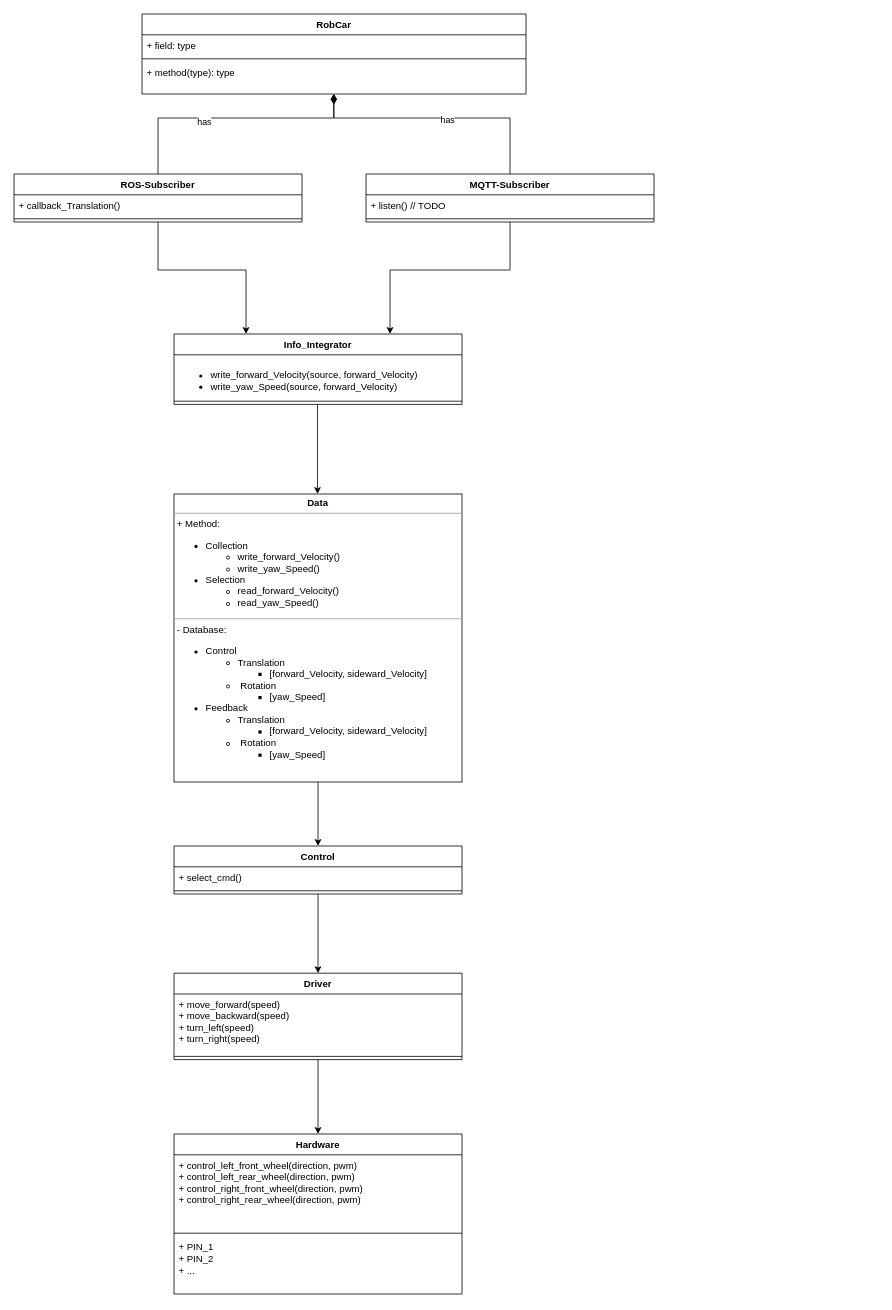
Above: Documentation/Software_Architecture.drawio in ICH-BIN-HXM/RobCar (draw.io), before the change. Source tidied: cells renumbered, new cells numbered last; positions are measured from the earlier drawing's top-left corner, leaving out a move shared by most shapes. Both pictures are drawn from the tidied source at 80%, with x=0, y=0 at pixel (14, 14).
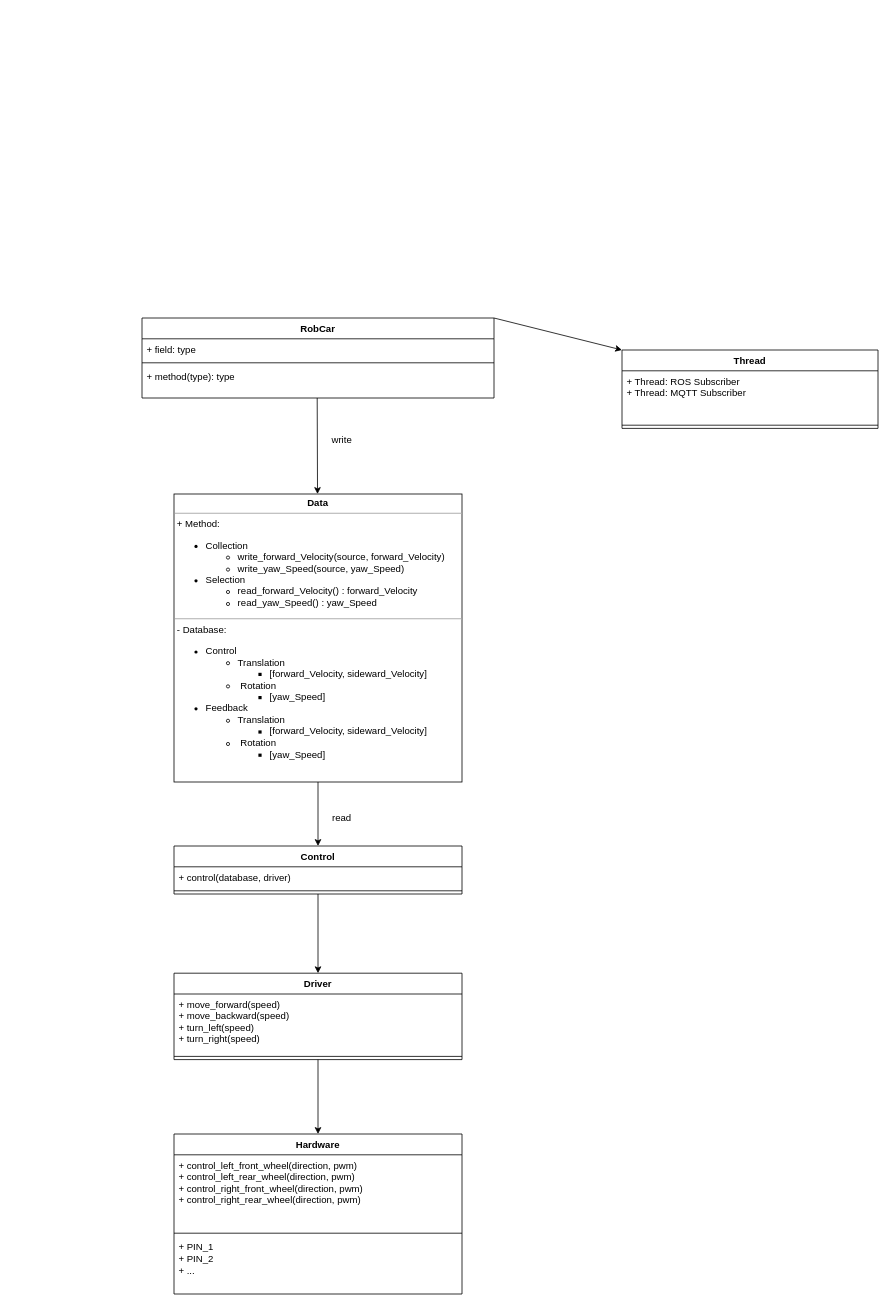
After the change.

Unchanged cells that the change refers to:
```xml
<mxCell id="30" value="Control" style="swimlane;fontStyle=1;align=center;verticalAlign=top;horizontal=1;startSize=26;whiteSpace=wrap;html=1;" parent="1" vertex="1">
  <mxGeometry x="200" y="1040" width="360" height="60" as="geometry" />
</mxCell>
```

Diff of the diagram source:
```diff
@@
-    <mxCell id="2" value="&lt;p style=&quot;margin:0px;margin-top:4px;text-align:center;&quot;&gt;&lt;b&gt;Data&lt;/b&gt;&lt;/p&gt;&lt;hr size=&quot;1&quot;&gt;&lt;p style=&quot;margin:0px;margin-left:4px;&quot;&gt;+ Method:&amp;nbsp;&lt;/p&gt;&lt;p style=&quot;margin:0px;margin-left:4px;&quot;&gt;&lt;/p&gt;&lt;ul&gt;&lt;li&gt;Collection&amp;nbsp;&lt;/li&gt;&lt;ul&gt;&lt;li style=&quot;border-color: var(--border-color);&quot;&gt;write_forward_Velocity()&amp;nbsp;&lt;/li&gt;&lt;li style=&quot;border-color: var(--border-color);&quot;&gt;write_yaw_Speed()&amp;nbsp;&lt;/li&gt;&lt;/ul&gt;&lt;li&gt;Selection&amp;nbsp;&lt;/li&gt;&lt;ul&gt;&lt;li style=&quot;border-color: var(--border-color);&quot;&gt;read_forward_Velocity()&amp;nbsp;&lt;/li&gt;&lt;li style=&quot;border-color: var(--border-color);&quot;&gt;read_yaw_Speed()&amp;nbsp;&lt;/li&gt;&lt;/ul&gt;&lt;/ul&gt;&lt;p&gt;&lt;/p&gt;&lt;hr size=&quot;1&quot;&gt;&lt;p style=&quot;margin:0px;margin-left:4px;&quot;&gt;- Database:&amp;nbsp;&lt;/p&gt;&lt;ul style=&quot;border-color: var(--border-color);&quot;&gt;&lt;li style=&quot;border-color: var(--border-color);&quot;&gt;Control&amp;nbsp;&lt;/li&gt;&lt;ul style=&quot;border-color: var(--border-color);&quot;&gt;&lt;li style=&quot;border-color: var(--border-color);&quot;&gt;Translation&amp;nbsp;&lt;/li&gt;&lt;ul style=&quot;border-color: var(--border-color);&quot;&gt;&lt;li style=&quot;border-color: var(--border-color);&quot;&gt;[forward_Velocity, sideward_Velocity]&amp;nbsp;&lt;/li&gt;&lt;/ul&gt;&lt;li style=&quot;border-color: var(--border-color);&quot;&gt;&amp;nbsp;Rotation&amp;nbsp;&lt;/li&gt;&lt;ul style=&quot;border-color: var(--border-color);&quot;&gt;&lt;li style=&quot;border-color: var(--border-color);&quot;&gt;[yaw_Speed]&amp;nbsp;&lt;/li&gt;&lt;/ul&gt;&lt;/ul&gt;&lt;li&gt;&lt;span style=&quot;background-color: initial;&quot;&gt;Feedback&amp;nbsp;&lt;/span&gt;&lt;br&gt;&lt;/li&gt;&lt;ul style=&quot;border-color: var(--border-color);&quot;&gt;&lt;li&gt;&lt;span style=&quot;background-color: initial;&quot;&gt;Translation&amp;nbsp;&lt;/span&gt;&lt;br&gt;&lt;/li&gt;&lt;ul style=&quot;border-color: var(--border-color);&quot;&gt;&lt;li style=&quot;border-color: var(--border-color);&quot;&gt;[forward_Velocity, sideward_Velocity]&amp;nbsp;&lt;/li&gt;&lt;/ul&gt;&lt;li&gt;&lt;span style=&quot;background-color: initial;&quot;&gt;&amp;nbsp;Rotation&amp;nbsp;&lt;/span&gt;&lt;br&gt;&lt;/li&gt;&lt;ul style=&quot;border-color: var(--border-color);&quot;&gt;&lt;li&gt;&lt;span style=&quot;background-color: initial;&quot;&gt;[yaw_Speed]&amp;nbsp;&lt;/span&gt;&lt;br&gt;&lt;/li&gt;&lt;/ul&gt;&lt;/ul&gt;&lt;/ul&gt;" style="verticalAlign=top;align=left;overflow=fill;fontSize=12;fontFamily=Helvetica;html=1;whiteSpace=wrap;" parent="1" vertex="1">
+    <mxCell id="2" value="&lt;p style=&quot;margin:0px;margin-top:4px;text-align:center;&quot;&gt;&lt;b&gt;Data&lt;/b&gt;&lt;/p&gt;&lt;hr size=&quot;1&quot;&gt;&lt;p style=&quot;margin:0px;margin-left:4px;&quot;&gt;+ Method:&amp;nbsp;&lt;/p&gt;&lt;p style=&quot;margin:0px;margin-left:4px;&quot;&gt;&lt;/p&gt;&lt;ul&gt;&lt;li&gt;Collection&amp;nbsp;&lt;/li&gt;&lt;ul&gt;&lt;li style=&quot;border-color: var(--border-color);&quot;&gt;write_forward_Velocity(source, forward_Velocity)&amp;nbsp;&lt;/li&gt;&lt;li style=&quot;border-color: var(--border-color);&quot;&gt;write_yaw_Speed(source, yaw_Speed)&amp;nbsp;&lt;/li&gt;&lt;/ul&gt;&lt;li&gt;Selection&amp;nbsp;&lt;/li&gt;&lt;ul&gt;&lt;li style=&quot;border-color: var(--border-color);&quot;&gt;read_forward_Velocity() : forward_Velocity&amp;nbsp;&lt;/li&gt;&lt;li style=&quot;border-color: var(--border-color);&quot;&gt;read_yaw_Speed() : yaw_Speed&amp;nbsp;&lt;/li&gt;&lt;/ul&gt;&lt;/ul&gt;&lt;p&gt;&lt;/p&gt;&lt;hr size=&quot;1&quot;&gt;&lt;p style=&quot;margin:0px;margin-left:4px;&quot;&gt;- Database:&amp;nbsp;&lt;/p&gt;&lt;ul style=&quot;border-color: var(--border-color);&quot;&gt;&lt;li style=&quot;border-color: var(--border-color);&quot;&gt;Control&amp;nbsp;&lt;/li&gt;&lt;ul style=&quot;border-color: var(--border-color);&quot;&gt;&lt;li style=&quot;border-color: var(--border-color);&quot;&gt;Translation&amp;nbsp;&lt;/li&gt;&lt;ul style=&quot;border-color: var(--border-color);&quot;&gt;&lt;li style=&quot;border-color: var(--border-color);&quot;&gt;[forward_Velocity, sideward_Velocity]&amp;nbsp;&lt;/li&gt;&lt;/ul&gt;&lt;li style=&quot;border-color: var(--border-color);&quot;&gt;&amp;nbsp;Rotation&amp;nbsp;&lt;/li&gt;&lt;ul style=&quot;border-color: var(--border-color);&quot;&gt;&lt;li style=&quot;border-color: var(--border-color);&quot;&gt;[yaw_Speed]&amp;nbsp;&lt;/li&gt;&lt;/ul&gt;&lt;/ul&gt;&lt;li&gt;&lt;span style=&quot;background-color: initial;&quot;&gt;Feedback&amp;nbsp;&lt;/span&gt;&lt;br&gt;&lt;/li&gt;&lt;ul style=&quot;border-color: var(--border-color);&quot;&gt;&lt;li&gt;&lt;span style=&quot;background-color: initial;&quot;&gt;Translation&amp;nbsp;&lt;/span&gt;&lt;br&gt;&lt;/li&gt;&lt;ul style=&quot;border-color: var(--border-color);&quot;&gt;&lt;li style=&quot;border-color: var(--border-color);&quot;&gt;[forward_Velocity, sideward_Velocity]&amp;nbsp;&lt;/li&gt;&lt;/ul&gt;&lt;li&gt;&lt;span style=&quot;background-color: initial;&quot;&gt;&amp;nbsp;Rotation&amp;nbsp;&lt;/span&gt;&lt;br&gt;&lt;/li&gt;&lt;ul style=&quot;border-color: var(--border-color);&quot;&gt;&lt;li&gt;&lt;span style=&quot;background-color: initial;&quot;&gt;[yaw_Speed]&amp;nbsp;&lt;/span&gt;&lt;br&gt;&lt;/li&gt;&lt;/ul&gt;&lt;/ul&gt;&lt;/ul&gt;" style="verticalAlign=top;align=left;overflow=fill;fontSize=12;fontFamily=Helvetica;html=1;whiteSpace=wrap;" parent="1" vertex="1">
       <mxGeometry x="200" y="600" width="360" height="360" as="geometry" />
     </mxCell>
     <mxCell id="3" value="RobCar" style="swimlane;fontStyle=1;align=center;verticalAlign=top;horizontal=1;startSize=26;whiteSpace=wrap;html=1;" parent="1" vertex="1">
-      <mxGeometry x="160" width="480" height="100" as="geometry" />
+      <mxGeometry x="160" y="380" width="440" height="100" as="geometry" />
     </mxCell>
     <mxCell id="4" value="+ field: type" style="text;strokeColor=none;fillColor=none;align=left;verticalAlign=top;spacingLeft=4;spacingRight=4;overflow=hidden;whiteSpace=wrap;html=1;" parent="3" vertex="1">
-      <mxGeometry y="26" width="480" height="26" as="geometry" />
+      <mxGeometry y="26" width="440" height="26" as="geometry" />
     </mxCell>
     <mxCell id="5" style="line;strokeWidth=1;fillColor=none;align=left;verticalAlign=middle;spacingTop=-1;spacingLeft=3;spacingRight=3;labelPosition=right;strokeColor=inherit;" parent="3" vertex="1">
-      <mxGeometry y="52" width="480" height="8" as="geometry" />
+      <mxGeometry y="52" width="440" height="8" as="geometry" />
     </mxCell>
     <mxCell id="6" value="+ method(type): type" style="text;strokeColor=none;fillColor=none;align=left;verticalAlign=top;spacingLeft=4;spacingRight=4;overflow=hidden;points=[[0,0.5],[1,0.5]];portConstraint=eastwest;whiteSpace=wrap;html=1;" parent="3" vertex="1">
-      <mxGeometry y="60" width="480" height="40" as="geometry" />
+      <mxGeometry y="60" width="440" height="40" as="geometry" />
     </mxCell>
-    <mxCell id="7" value="ROS-Subscriber" style="swimlane;fontStyle=1;align=center;verticalAlign=top;horizontal=1;startSize=26;whiteSpace=wrap;html=1;" parent="1" vertex="1">
-      <mxGeometry y="200" width="360" height="60" as="geometry" />
-    </mxCell>
-    <mxCell id="8" value="+ callback_Translation()&amp;nbsp;&lt;br&gt;" style="text;strokeColor=none;fillColor=none;align=left;verticalAlign=top;spacingLeft=4;spacingRight=4;overflow=hidden;whiteSpace=wrap;html=1;" parent="7" vertex="1">
-      <mxGeometry y="26" width="360" height="26" as="geometry" />
-    </mxCell>
-    <mxCell id="9" style="line;strokeWidth=1;fillColor=none;align=left;verticalAlign=middle;spacingTop=-1;spacingLeft=3;spacingRight=3;labelPosition=right;points=[];portConstraint=eastwest;strokeColor=inherit;" parent="7" vertex="1">
-      <mxGeometry y="52" width="360" height="8" as="geometry" />
-    </mxCell>
-    <mxCell id="10" style="endArrow=classic;html=1;rounded=0;exitX=0.5;exitY=1;exitDx=0;exitDy=0;exitPerimeter=0;entryX=0.25;entryY=0;entryDx=0;entryDy=0;" parent="1" edge="1" source="9" target="26">
-      <mxGeometry relative="1" as="geometry">
-        <Array as="points">
-          <mxPoint x="180" y="320" />
-          <mxPoint x="290" y="320" />
-        </Array>
-      </mxGeometry>
-    </mxCell>
-    <mxCell id="11" value="MQTT-Subscriber" style="swimlane;fontStyle=1;align=center;verticalAlign=top;horizontal=1;startSize=26;whiteSpace=wrap;html=1;" parent="1" vertex="1">
-      <mxGeometry x="440" y="200" width="360" height="60" as="geometry" />
-    </mxCell>
-    <mxCell id="12" value="+ listen() // TODO" style="text;strokeColor=none;fillColor=none;align=left;verticalAlign=top;spacingLeft=4;spacingRight=4;overflow=hidden;whiteSpace=wrap;html=1;" parent="11" vertex="1">
-      <mxGeometry y="26" width="360" height="26" as="geometry" />
-    </mxCell>
-    <mxCell id="13" style="line;strokeWidth=1;fillColor=none;align=left;verticalAlign=middle;spacingTop=-1;spacingLeft=3;spacingRight=3;labelPosition=right;strokeColor=inherit;" parent="11" vertex="1">
-      <mxGeometry y="52" width="360" height="8" as="geometry" />
-    </mxCell>
-    <mxCell id="14" style="endArrow=classic;html=1;rounded=0;entryX=0.75;entryY=0;entryDx=0;entryDy=0;exitX=0.5;exitY=1;exitDx=0;exitDy=0;" parent="1" edge="1" source="11" target="26">
-      <mxGeometry relative="1" as="geometry">
-        <Array as="points">
-          <mxPoint x="620" y="320" />
-          <mxPoint x="470" y="320" />
-        </Array>
-      </mxGeometry>
-    </mxCell>
-    <mxCell id="15" style="html=1;startArrow=diamondThin;startFill=1;edgeStyle=elbowEdgeStyle;elbow=vertical;startSize=10;endArrow=none;endFill=0;rounded=0;entryX=0.5;entryY=0;entryDx=0;entryDy=0;exitX=0.499;exitY=0.999;exitDx=0;exitDy=0;exitPerimeter=0;" parent="1" edge="1" source="6" target="7">
-      <mxGeometry relative="1" as="geometry">
-        <Array as="points">
-          <mxPoint x="280" y="130" />
-        </Array>
-      </mxGeometry>
-    </mxCell>
-    <mxCell id="16" value="has" style="edgeLabel;html=1;align=center;verticalAlign=middle;" parent="15" vertex="1">
-      <mxGeometry x="0.2" y="4" relative="1" as="geometry" />
-    </mxCell>
-    <mxCell id="17" style="html=1;startArrow=diamondThin;startFill=1;edgeStyle=elbowEdgeStyle;elbow=vertical;startSize=10;endArrow=none;endFill=0;rounded=0;" parent="1" edge="1">
-      <mxGeometry relative="1" as="geometry">
-        <mxPoint x="400" y="100" as="sourcePoint" />
-        <mxPoint x="620" y="200" as="targetPoint" />
-        <Array as="points">
-          <mxPoint x="500" y="130" />
-        </Array>
-      </mxGeometry>
-    </mxCell>
-    <mxCell id="18" value="has" style="edgeLabel;html=1;align=center;verticalAlign=middle;" parent="17" vertex="1">
-      <mxGeometry x="0.07" y="-2" relative="1" as="geometry" />
-    </mxCell>
@@
-    <mxCell id="26" value="Info_Integrator" style="swimlane;fontStyle=1;align=center;verticalAlign=top;horizontal=1;startSize=26;whiteSpace=wrap;html=1;" parent="1" vertex="1">
-      <mxGeometry x="200" y="400" width="360" height="88" as="geometry" />
-    </mxCell>
-    <mxCell id="27" value="&lt;ul style=&quot;border-color: var(--border-color);&quot;&gt;&lt;li style=&quot;border-color: var(--border-color);&quot;&gt;write_forward_Velocity(source, forward_Velocity)&amp;nbsp;&lt;/li&gt;&lt;li style=&quot;border-color: var(--border-color);&quot;&gt;write_yaw_Speed(source, forward_Velocity)&amp;nbsp;&lt;/li&gt;&lt;/ul&gt;" style="text;strokeColor=none;fillColor=none;align=left;verticalAlign=top;spacingLeft=4;spacingRight=4;overflow=hidden;whiteSpace=wrap;html=1;" parent="26" vertex="1">
-      <mxGeometry y="26" width="360" height="54" as="geometry" />
-    </mxCell>
-    <mxCell id="28" style="line;strokeWidth=1;fillColor=none;align=left;verticalAlign=middle;spacingTop=-1;spacingLeft=3;spacingRight=3;labelPosition=right;strokeColor=inherit;" parent="26" vertex="1">
-      <mxGeometry y="80" width="360" height="8" as="geometry" />
-    </mxCell>
-    <mxCell id="29" style="endArrow=classic;html=1;rounded=0;exitX=0.25;exitY=1;exitDx=0;exitDy=0;entryX=0.25;entryY=0;entryDx=0;entryDy=0;" parent="1" edge="1">
+    <mxCell id="29" style="endArrow=classic;html=1;rounded=0;entryX=0.25;entryY=0;entryDx=0;entryDy=0;" parent="1" edge="1">
       <mxGeometry relative="1" as="geometry">
-        <mxPoint x="379.4" y="488" as="sourcePoint" />
+        <mxPoint x="379" y="480" as="sourcePoint" />
         <mxPoint x="379.4" y="600" as="targetPoint" />
       </mxGeometry>
     </mxCell>
@@
-    <mxCell id="31" value="+ select_cmd()&amp;nbsp;" style="text;strokeColor=none;fillColor=none;align=left;verticalAlign=top;spacingLeft=4;spacingRight=4;overflow=hidden;whiteSpace=wrap;html=1;" parent="30" vertex="1">
+    <mxCell id="31" value="+ control(database, driver)&amp;nbsp;" style="text;strokeColor=none;fillColor=none;align=left;verticalAlign=top;spacingLeft=4;spacingRight=4;overflow=hidden;whiteSpace=wrap;html=1;" parent="30" vertex="1">
       <mxGeometry y="26" width="360" height="26" as="geometry" />
     </mxCell>
@@
+    <mxCell id="36" value="Thread" style="swimlane;fontStyle=1;align=center;verticalAlign=top;horizontal=1;startSize=26;whiteSpace=wrap;html=1;" parent="1" vertex="1">
+      <mxGeometry x="760" y="420" width="320" height="98" as="geometry" />
+    </mxCell>
+    <mxCell id="37" value="+ Thread: ROS Subscriber&amp;nbsp;&lt;br&gt;+ Thread: MQTT Subscriber&amp;nbsp;" style="text;strokeColor=none;fillColor=none;align=left;verticalAlign=top;spacingLeft=4;spacingRight=4;overflow=hidden;whiteSpace=wrap;html=1;" parent="36" vertex="1">
+      <mxGeometry y="26" width="320" height="64" as="geometry" />
+    </mxCell>
+    <mxCell id="38" style="line;strokeWidth=1;fillColor=none;align=left;verticalAlign=middle;spacingTop=-1;spacingLeft=3;spacingRight=3;labelPosition=right;strokeColor=inherit;" parent="36" vertex="1">
+      <mxGeometry y="90" width="320" height="8" as="geometry" />
+    </mxCell>
+    <mxCell id="39" style="endArrow=classic;html=1;rounded=0;entryX=0;entryY=0;entryDx=0;entryDy=0;exitX=1;exitY=0;exitDx=0;exitDy=0;" parent="1" edge="1" source="3" target="36">
+      <mxGeometry relative="1" as="geometry" />
+    </mxCell>
+    <mxCell id="40" value="write" style="text;html=1;strokeColor=none;fillColor=none;align=center;verticalAlign=middle;whiteSpace=wrap;rounded=0;" parent="1" vertex="1">
+      <mxGeometry x="380" y="518" width="60" height="30" as="geometry" />
+    </mxCell>
+    <mxCell id="41" value="read" style="text;html=1;strokeColor=none;fillColor=none;align=center;verticalAlign=middle;whiteSpace=wrap;rounded=0;" parent="1" vertex="1">
+      <mxGeometry x="380" y="990" width="60" height="30" as="geometry" />
+    </mxCell>
```
